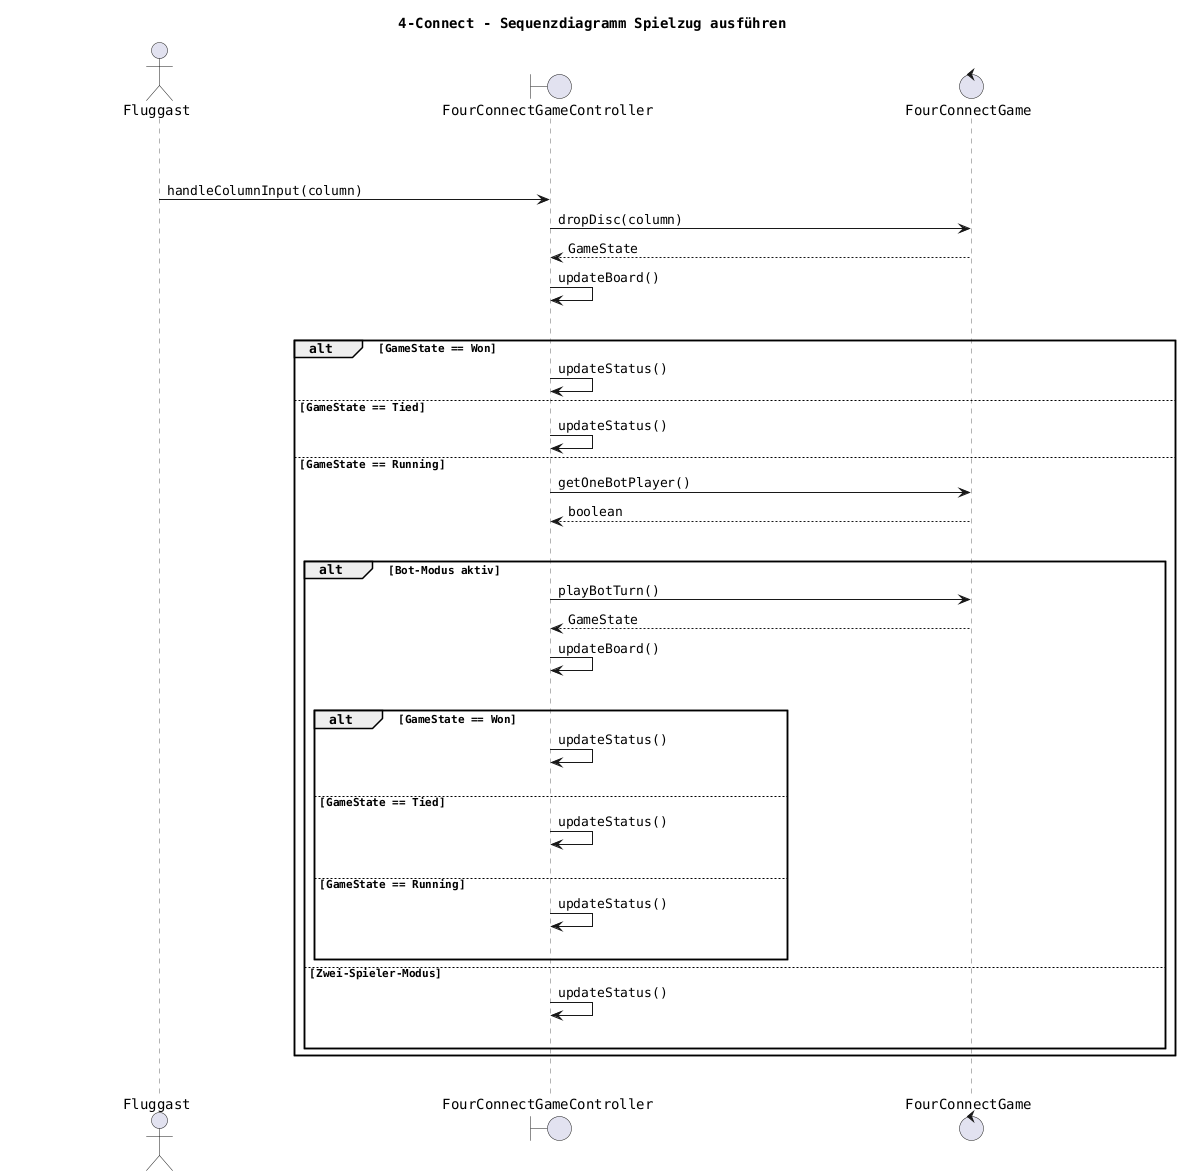
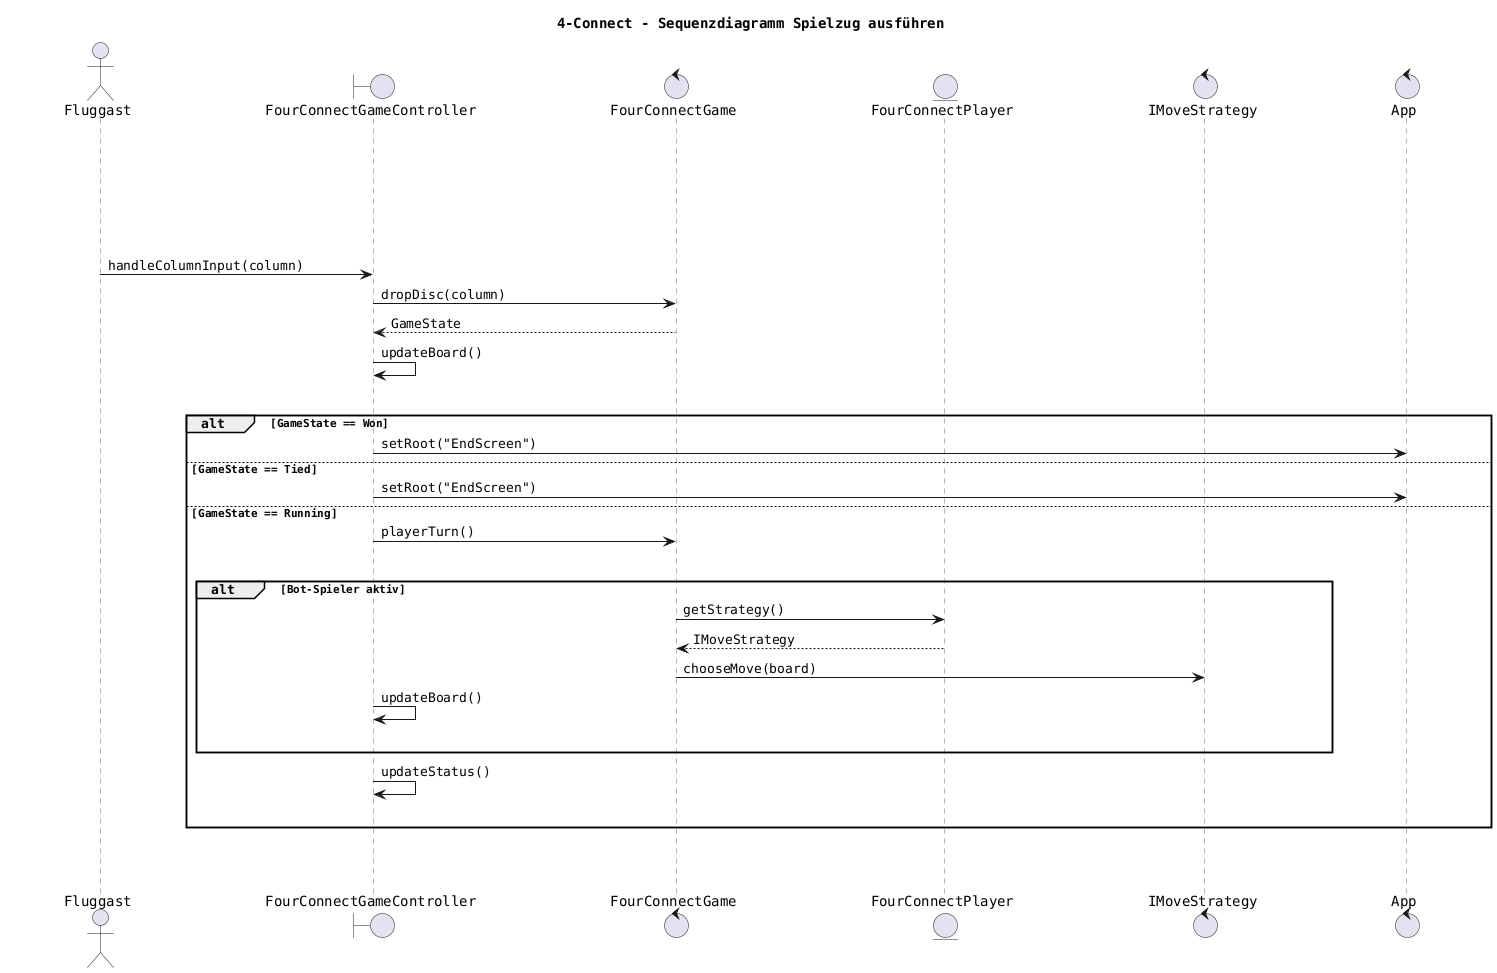
@startuml
title 4-Connect – Sequenzdiagramm Spielzug ausführen

skinparam defaultFontName Monospaced
skinparam ParticipantPadding 80
skinparam BoxPadding 50

skinparam SequenceLifeLineBorderColor #666666
skinparam SequenceLifeLineBackgroundColor transparent
skinparam SequenceArrowThickness 1

skinparam ResponseMessageBelowArrow true

- actor "              Fluggast              " as Fluggast
+ actor "       Fluggast       " as Fluggast
|||
- boundary "              FourConnectGameController              " as Controller
+ boundary "       FourConnectGameController       " as Controller
|||
- control "              FourConnectGame              " as Game
- 
+ control "       FourConnectGame       " as Game
+ |||
+ entity "       FourConnectPlayer       " as Player
+ |||
+ control "       IMoveStrategy       " as Strategy
+ |||
+ control "       App       " as App

Fluggast -> Controller : handleColumnInput(column)

Controller -> Game : dropDisc(column)
Game --> Controller : GameState

Controller -> Controller : updateBoard()
|||

alt GameState == Won
-   Controller -> Controller : updateStatus()
+   Controller -> App : setRoot("EndScreen")
+ 
else GameState == Tied
-   Controller -> Controller : updateStatus()
+   Controller -> App : setRoot("EndScreen")
+ 
else GameState == Running
-   Controller -> Game : getOneBotPlayer()
-   Game --> Controller : boolean
-   |||

-   alt Bot-Modus aktiv
-     Controller -> Game : playBotTurn()
-     Game --> Controller : GameState
+   Controller -> Game : playerTurn()
+ |||
+ 
+   alt Bot-Spieler aktiv
+ 
+     Game -> Player : getStrategy()
+     Player --> Game : IMoveStrategy
+ 
+     Game -> Strategy : chooseMove(board)

    Controller -> Controller : updateBoard()
-     |||
+ |||

-     alt GameState == Won
-       Controller -> Controller : updateStatus()
-       |||
-     else GameState == Tied
-       Controller -> Controller : updateStatus()
-       |||
-     else GameState == Running
-       Controller -> Controller : updateStatus()
-       |||
-     end
+   end

-   else Zwei-Spieler-Modus
-     Controller -> Controller : updateStatus()
-     |||
-   end
+   Controller -> Controller : updateStatus()
+ |||
+ 
end
|||
- 
+ |||

@enduml
